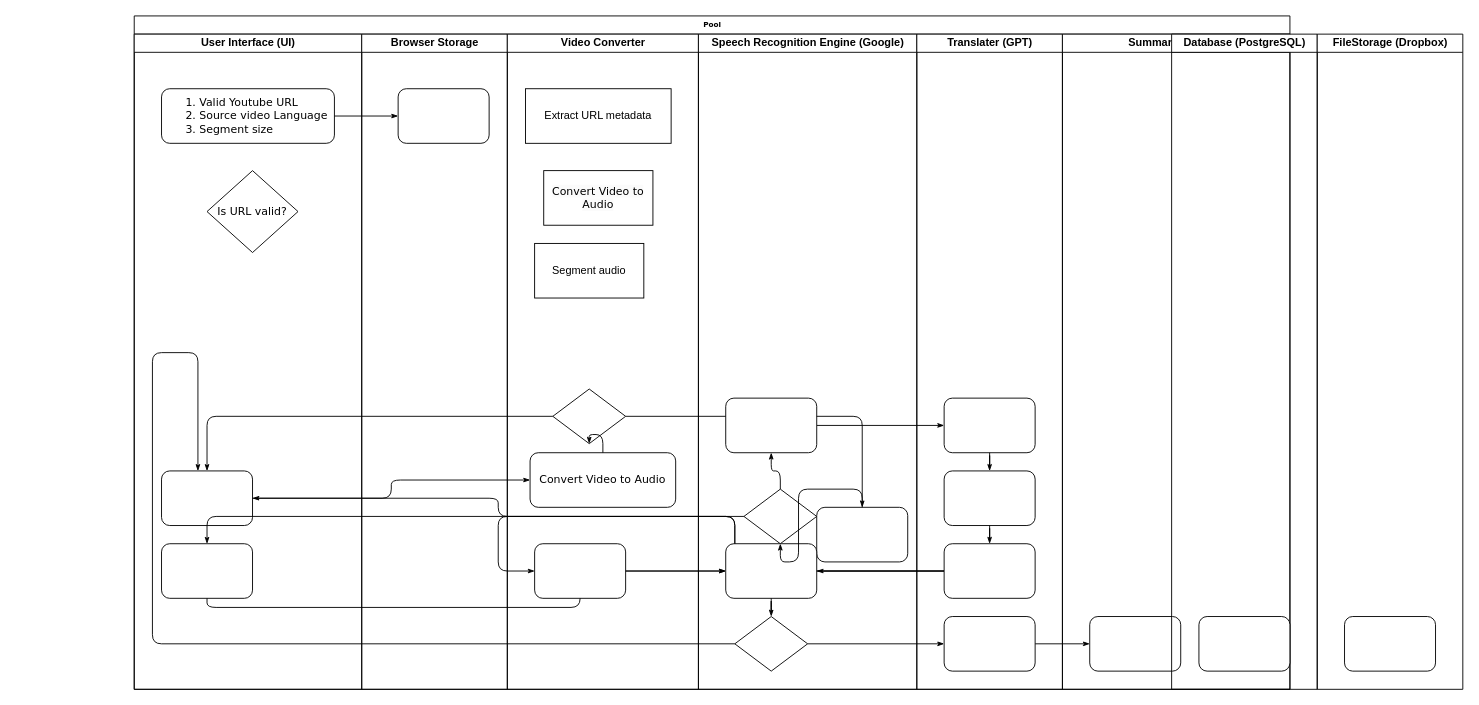
Above: Flowchart.drawio in anuragkandulna/text-gpt (draw.io), before the change. Source tidied: cells renumbered, new cells numbered last; positions are measured from the earlier drawing's top-left corner, leaving out a move shared by most shapes. Both pictures are drawn from the tidied source at 91%, with x=0, y=0 at pixel (134, 15).
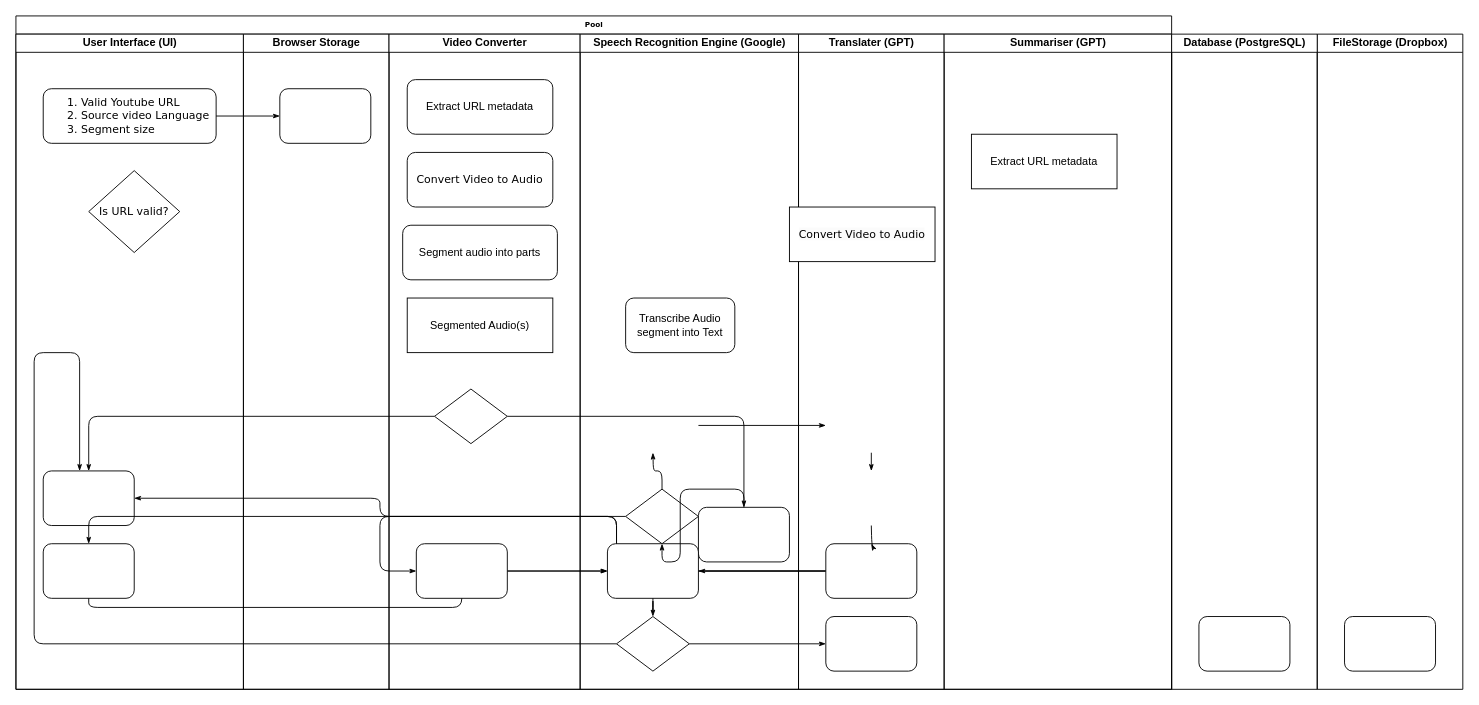
The same page after the edit.

The change refers to these unchanged cells:
```xml
<mxCell id="5" style="rounded=1;whiteSpace=wrap;html=1;shadow=0;labelBackgroundColor=none;strokeWidth=1;fontFamily=Verdana;fontSize=8;align=center;" parent="3" vertex="1">
  <mxGeometry x="30" y="480" width="100" height="60" as="geometry" />
</mxCell>
<mxCell id="24" value="Video Converter" style="swimlane;html=1;startSize=20;" parent="2" vertex="1">
  <mxGeometry x="410" y="20" width="210" height="720" as="geometry" />
</mxCell>
<mxCell id="26" style="rhombus;whiteSpace=wrap;html=1;rounded=0;shadow=0;labelBackgroundColor=none;strokeWidth=1;fontFamily=Verdana;fontSize=8;align=center;" parent="24" vertex="1">
  <mxGeometry x="50" y="390" width="80" height="60" as="geometry" />
</mxCell>
<mxCell id="32" value="Speech Recognition Engine (Google)" style="swimlane;html=1;startSize=20;" parent="2" vertex="1">
  <mxGeometry x="620" y="20" width="240" height="720" as="geometry" />
</mxCell>
<mxCell id="34" style="rhombus;whiteSpace=wrap;html=1;rounded=0;shadow=0;labelBackgroundColor=none;strokeWidth=1;fontFamily=Verdana;fontSize=8;align=center;" parent="32" vertex="1">
  <mxGeometry x="50" y="500" width="80" height="60" as="geometry" />
</mxCell>
<mxCell id="41" value="Translater (GPT)" style="swimlane;html=1;startSize=20;" parent="2" vertex="1">
  <mxGeometry x="860" y="20" width="160" height="720" as="geometry" />
</mxCell>
<mxCell id="44" style="rounded=1;whiteSpace=wrap;html=1;shadow=0;labelBackgroundColor=none;strokeWidth=1;fontFamily=Verdana;fontSize=8;align=center;" parent="41" vertex="1">
  <mxGeometry x="30" y="560" width="100" height="60" as="geometry" />
</mxCell>
<mxCell id="45" style="rounded=1;whiteSpace=wrap;html=1;shadow=0;labelBackgroundColor=none;strokeWidth=1;fontFamily=Verdana;fontSize=8;align=center;" parent="41" vertex="1">
  <mxGeometry x="30" y="640" width="100" height="60" as="geometry" />
</mxCell>
<mxCell id="48" value="Summariser (GPT)" style="swimlane;html=1;startSize=20;" parent="2" vertex="1">
  <mxGeometry x="1020" y="20" width="250" height="720" as="geometry" />
</mxCell>
```

Diff of the diagram source:
```diff
@@
     <mxCell id="2" value="Pool" style="swimlane;html=1;startSize=20;rounded=0;shadow=0;labelBackgroundColor=none;strokeWidth=1;fontFamily=Verdana;fontSize=8;align=center;" parent="1" vertex="1">
-      <mxGeometry width="1270" height="740" as="geometry" />
+      <mxGeometry x="-130" width="1270" height="740" as="geometry" />
     </mxCell>
@@
-    <mxCell id="9" style="edgeStyle=orthogonalEdgeStyle;rounded=1;html=1;labelBackgroundColor=none;startArrow=none;startFill=0;startSize=5;endArrow=classicThin;endFill=1;endSize=5;jettySize=auto;strokeWidth=1;fontFamily=Verdana;fontSize=8;" parent="2" edge="1" source="5" target="25">
-      <mxGeometry relative="1" as="geometry" />
-    </mxCell>
@@
-    <mxCell id="15" style="edgeStyle=orthogonalEdgeStyle;rounded=1;html=1;labelBackgroundColor=none;startArrow=none;startFill=0;startSize=5;endArrow=classicThin;endFill=1;endSize=5;jettySize=auto;strokeWidth=1;fontFamily=Verdana;fontSize=8;" parent="2" edge="1" source="45" target="49">
-      <mxGeometry relative="1" as="geometry" />
-    </mxCell>
-    <mxCell id="16" style="edgeStyle=orthogonalEdgeStyle;rounded=1;html=1;labelBackgroundColor=none;startArrow=none;startFill=0;startSize=5;endArrow=classicThin;endFill=1;endSize=5;jettySize=auto;strokeWidth=1;fontFamily=Verdana;fontSize=8;" parent="2" edge="1" source="35" target="42">
-      <mxGeometry relative="1" as="geometry" />
+    <mxCell id="16" style="edgeStyle=orthogonalEdgeStyle;rounded=1;html=1;labelBackgroundColor=none;startArrow=none;startFill=0;startSize=5;endArrow=classicThin;endFill=1;endSize=5;jettySize=auto;orthogonalLoop=1;strokeWidth=1;fontFamily=Verdana;fontSize=8;" parent="2" edge="1">
+      <mxGeometry relative="1" as="geometry">
+        <mxPoint x="750" y="450" as="sourcePoint" />
+        <mxPoint x="890" y="450" as="targetPoint" />
+      </mxGeometry>
     </mxCell>
@@
     <mxCell id="25" value="Convert Video to Audio" style="rounded=1;whiteSpace=wrap;html=1;shadow=0;labelBackgroundColor=none;strokeWidth=1;fontFamily=Verdana;fontSize=12;align=center;" parent="24" vertex="1">
-      <mxGeometry x="25" y="460" width="160" height="60" as="geometry" />
+      <mxGeometry x="20" y="130" width="160" height="60" as="geometry" />
     </mxCell>
@@
-    <mxCell id="28" style="edgeStyle=orthogonalEdgeStyle;rounded=1;html=1;labelBackgroundColor=none;startArrow=none;startFill=0;startSize=5;endArrow=classicThin;endFill=1;endSize=5;jettySize=auto;strokeWidth=1;fontFamily=Verdana;fontSize=8;" parent="24" edge="1" source="25" target="26">
-      <mxGeometry relative="1" as="geometry" />
-    </mxCell>
-    <mxCell id="29" value="Extract URL metadata" style="rounded=0;whiteSpace=wrap;html=1;" parent="24" vertex="1">
-      <mxGeometry x="20" y="60" width="160" height="60" as="geometry" />
-    </mxCell>
-    <mxCell id="30" value="&lt;span style=&quot;caret-color: rgb(0, 0, 0); color: rgb(0, 0, 0); font-family: Verdana; font-size: 12px; font-style: normal; font-variant-caps: normal; font-weight: 400; letter-spacing: normal; orphans: auto; text-align: center; text-indent: 0px; text-transform: none; white-space: normal; widows: auto; word-spacing: 0px; -webkit-text-stroke-width: 0px; background-color: rgb(251, 251, 251); text-decoration: none; display: inline !important; float: none;&quot;&gt;Convert Video to Audio&lt;/span&gt;" style="rounded=0;whiteSpace=wrap;html=1;" parent="24" vertex="1">
-      <mxGeometry x="40" y="150" width="120" height="60" as="geometry" />
-    </mxCell>
+    <mxCell id="54" value="Extract URL metadata" style="rounded=1;whiteSpace=wrap;html=1;" parent="24" vertex="1">
+      <mxGeometry x="20" y="50" width="160" height="60" as="geometry" />
+    </mxCell>
+    <mxCell id="55" value="Segment audio into parts" style="rounded=1;whiteSpace=wrap;html=1;" parent="24" vertex="1">
+      <mxGeometry x="15" y="210" width="170" height="60" as="geometry" />
+    </mxCell>
-    <mxCell id="31" value="Segment audio" style="rounded=0;whiteSpace=wrap;html=1;" parent="24" vertex="1">
-      <mxGeometry x="30" y="230" width="120" height="60" as="geometry" />
+    <mxCell id="31" value="Segmented Audio(s)" style="rounded=0;whiteSpace=wrap;html=1;" parent="24" vertex="1">
+      <mxGeometry x="20" y="290" width="160" height="60" as="geometry" />
     </mxCell>
@@
-    <mxCell id="35" style="rounded=1;whiteSpace=wrap;html=1;shadow=0;labelBackgroundColor=none;strokeWidth=1;fontFamily=Verdana;fontSize=8;align=center;" parent="32" vertex="1">
-      <mxGeometry x="30" y="400" width="100" height="60" as="geometry" />
-    </mxCell>
@@
-    <mxCell id="39" style="edgeStyle=orthogonalEdgeStyle;rounded=1;html=1;labelBackgroundColor=none;startArrow=none;startFill=0;startSize=5;endArrow=classicThin;endFill=1;endSize=5;jettySize=auto;strokeWidth=1;fontFamily=Verdana;fontSize=8;" parent="32" edge="1" source="34" target="35">
-      <mxGeometry relative="1" as="geometry" />
+    <mxCell id="39" style="edgeStyle=orthogonalEdgeStyle;rounded=1;html=1;labelBackgroundColor=none;startArrow=none;startFill=0;startSize=5;endArrow=classicThin;endFill=1;endSize=5;jettySize=auto;strokeWidth=1;fontFamily=Verdana;fontSize=8;" parent="32" edge="1" source="34">
+      <mxGeometry relative="1" as="geometry">
+        <mxPoint x="80" y="460" as="targetPoint" />
+      </mxGeometry>
     </mxCell>
@@
+    <mxCell id="56" value="Transcribe Audio segment into Text" style="rounded=1;whiteSpace=wrap;html=1;" parent="32" vertex="1">
+      <mxGeometry x="50" y="290" width="120" height="60" as="geometry" />
+    </mxCell>
@@
-    <mxCell id="42" style="rounded=1;whiteSpace=wrap;html=1;shadow=0;labelBackgroundColor=none;strokeWidth=1;fontFamily=Verdana;fontSize=8;align=center;" parent="41" vertex="1">
-      <mxGeometry x="30" y="400" width="100" height="60" as="geometry" />
-    </mxCell>
-    <mxCell id="43" style="rounded=1;whiteSpace=wrap;html=1;shadow=0;labelBackgroundColor=none;strokeWidth=1;fontFamily=Verdana;fontSize=8;align=center;" parent="41" vertex="1">
-      <mxGeometry x="30" y="480" width="100" height="60" as="geometry" />
-    </mxCell>
@@
-    <mxCell id="46" style="edgeStyle=orthogonalEdgeStyle;rounded=1;html=1;labelBackgroundColor=none;startArrow=none;startFill=0;startSize=5;endArrow=classicThin;endFill=1;endSize=5;jettySize=auto;strokeWidth=1;fontFamily=Verdana;fontSize=8;" parent="41" edge="1" source="42" target="43">
-      <mxGeometry relative="1" as="geometry" />
+    <mxCell id="46" style="edgeStyle=orthogonalEdgeStyle;rounded=1;html=1;labelBackgroundColor=none;startArrow=none;startFill=0;startSize=5;endArrow=classicThin;endFill=1;endSize=5;jettySize=auto;orthogonalLoop=1;strokeWidth=1;fontFamily=Verdana;fontSize=8;" parent="41" edge="1">
+      <mxGeometry relative="1" as="geometry">
+        <mxPoint x="80" y="460" as="sourcePoint" />
+        <mxPoint x="80" y="480" as="targetPoint" />
+      </mxGeometry>
     </mxCell>
-    <mxCell id="47" style="edgeStyle=orthogonalEdgeStyle;rounded=1;html=1;labelBackgroundColor=none;startArrow=none;startFill=0;startSize=5;endArrow=classicThin;endFill=1;endSize=5;jettySize=auto;strokeWidth=1;fontFamily=Verdana;fontSize=8;" parent="41" edge="1" source="43" target="44">
-      <mxGeometry relative="1" as="geometry" />
+    <mxCell id="47" style="edgeStyle=orthogonalEdgeStyle;rounded=1;html=1;labelBackgroundColor=none;startArrow=none;startFill=0;startSize=5;endArrow=classicThin;endFill=1;endSize=5;jettySize=auto;strokeWidth=1;fontFamily=Verdana;fontSize=8;" parent="41" edge="1" target="44">
+      <mxGeometry relative="1" as="geometry">
+        <mxPoint x="80" y="540" as="sourcePoint" />
+      </mxGeometry>
     </mxCell>
+    <mxCell id="30" value="&lt;span style=&quot;caret-color: rgb(0, 0, 0); color: rgb(0, 0, 0); font-family: Verdana; font-size: 12px; font-style: normal; font-variant-caps: normal; font-weight: 400; letter-spacing: normal; orphans: auto; text-align: center; text-indent: 0px; text-transform: none; white-space: normal; widows: auto; word-spacing: 0px; -webkit-text-stroke-width: 0px; background-color: rgb(251, 251, 251); text-decoration: none; display: inline !important; float: none;&quot;&gt;Convert Video to Audio&lt;/span&gt;" style="rounded=0;whiteSpace=wrap;html=1;" parent="41" vertex="1">
+      <mxGeometry x="-10" y="190" width="160" height="60" as="geometry" />
+    </mxCell>
@@
-    <mxCell id="49" style="rounded=1;whiteSpace=wrap;html=1;shadow=0;labelBackgroundColor=none;strokeWidth=1;fontFamily=Verdana;fontSize=8;align=center;" parent="48" vertex="1">
-      <mxGeometry x="30" y="640" width="100" height="60" as="geometry" />
-    </mxCell>
+    <mxCell id="29" value="Extract URL metadata" style="rounded=0;whiteSpace=wrap;html=1;" parent="48" vertex="1">
+      <mxGeometry x="30" y="110" width="160" height="60" as="geometry" />
+    </mxCell>
+    <mxCell id="52" value="FileStorage (Dropbox)" style="swimlane;html=1;startSize=20;" parent="1" vertex="1">
+      <mxGeometry x="1300" y="20" width="160" height="720" as="geometry" />
+    </mxCell>
+    <mxCell id="53" style="rounded=1;whiteSpace=wrap;html=1;shadow=0;labelBackgroundColor=none;strokeWidth=1;fontFamily=Verdana;fontSize=8;align=center;" parent="52" vertex="1">
+      <mxGeometry x="30" y="640" width="100" height="60" as="geometry" />
+    </mxCell>
@@
-    <mxCell id="52" value="FileStorage (Dropbox)" style="swimlane;html=1;startSize=20;" parent="1" vertex="1">
-      <mxGeometry x="1300" y="20" width="160" height="720" as="geometry" />
-    </mxCell>
-    <mxCell id="53" style="rounded=1;whiteSpace=wrap;html=1;shadow=0;labelBackgroundColor=none;strokeWidth=1;fontFamily=Verdana;fontSize=8;align=center;" parent="52" vertex="1">
-      <mxGeometry x="30" y="640" width="100" height="60" as="geometry" />
-    </mxCell>
```
